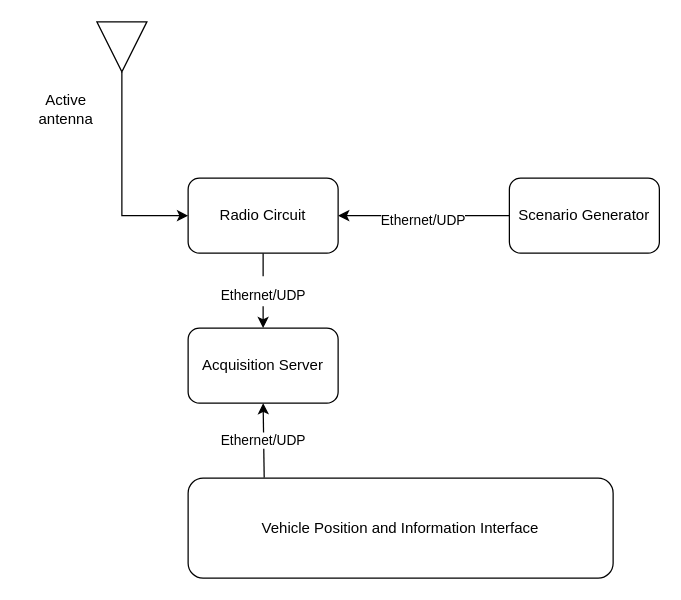
Earlier version of the draw.io diagram page "Blockdiagram" (1 of 4) of GNSS Datalogger Blockdiagram.drawio (torejohansson97/tightly-coupled-gnss-data-logger). Source tidied: cells renumbered, new cells numbered last; positions are measured from the earlier drawing's top-left corner, leaving out a move shared by most shapes. Both pictures are drawn from the tidied source at 125%, with x=0, y=0 at pixel (21, 21).
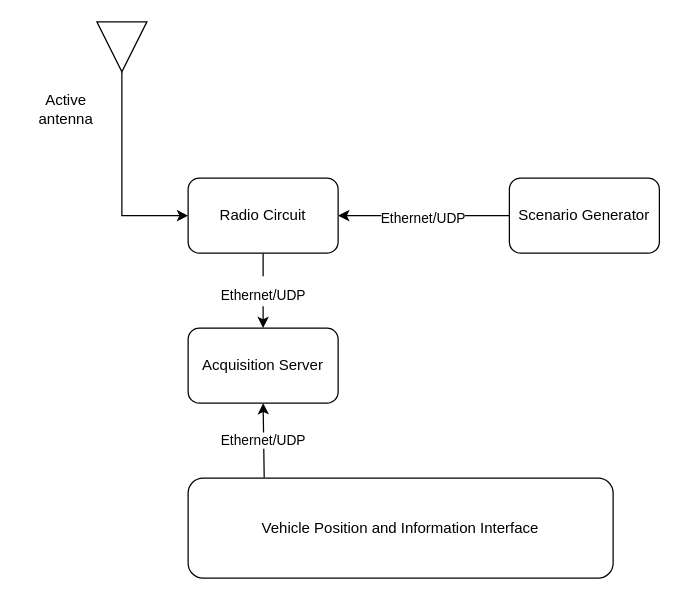
The same page after the edit.

The edit, as a diff of the source:
```diff
@@
 <mxGraphModel>
   <root>
     <mxCell id="0" />
     <mxCell id="1" parent="0" />
     <mxCell id="2" value="Vehicle Position and Information Interface " style="rounded=1;whiteSpace=wrap;html=1;" parent="1" vertex="1">
       <mxGeometry x="133" y="365" width="340" height="80" as="geometry" />
     </mxCell>
     <mxCell id="3" value="Acquisition Server" style="rounded=1;whiteSpace=wrap;html=1;" parent="1" vertex="1">
       <mxGeometry x="133" y="245" width="120" height="60" as="geometry" />
     </mxCell>
-    <mxCell id="4" value="&lt;font style=&quot;font-size: 11px;&quot;&gt;Ethernet/UDP&lt;/font&gt;" style="edgeStyle=orthogonalEdgeStyle;rounded=0;jettySize=auto;html=1;entryX=1;entryY=0.5;entryDx=0;entryDy=0;fontSize=20;" parent="1" edge="1" source="5" target="8">
+    <mxCell id="4" value="&lt;font style=&quot;font-size: 11px;&quot;&gt;Ethernet/UDP&lt;/font&gt;" style="edgeStyle=orthogonalEdgeStyle;rounded=0;jettySize=auto;html=1;entryX=1;entryY=0.5;entryDx=0;entryDy=0;fontSize=15;" parent="1" edge="1" source="5" target="8">
       <mxGeometry relative="1" as="geometry" />
     </mxCell>
     <mxCell id="5" value="Scenario Generator" style="rounded=1;whiteSpace=wrap;html=1;" parent="1" vertex="1">
       <mxGeometry x="390" y="125" width="120" height="60" as="geometry" />
     </mxCell>
     <mxCell id="6" value="Ethernet/UDP" style="endArrow=classic;html=1;rounded=0;entryX=0.5;entryY=1;entryDx=0;entryDy=0;exitX=0.179;exitY=-0.005;exitDx=0;exitDy=0;exitPerimeter=0;" parent="1" edge="1" source="2" target="3">
       <mxGeometry relative="1" as="geometry" />
     </mxCell>
     <mxCell id="7" value="&lt;font style=&quot;font-size: 11px;&quot;&gt;Ethernet/UDP&lt;/font&gt;" style="edgeStyle=orthogonalEdgeStyle;rounded=0;jettySize=auto;html=1;entryX=0.5;entryY=0;entryDx=0;entryDy=0;fontSize=20;" parent="1" edge="1" source="8" target="3">
       <mxGeometry relative="1" as="geometry" />
     </mxCell>
     <mxCell id="8" value="Radio Circuit" style="rounded=1;whiteSpace=wrap;html=1;" parent="1" vertex="1">
       <mxGeometry x="133" y="125" width="120" height="60" as="geometry" />
     </mxCell>
     <mxCell id="9" style="edgeStyle=orthogonalEdgeStyle;rounded=0;jettySize=auto;html=1;exitX=1;exitY=0.5;exitDx=0;exitDy=0;entryX=0;entryY=0.5;entryDx=0;entryDy=0;startArrow=none;startFill=0;" parent="1" edge="1" source="10" target="8">
       <mxGeometry relative="1" as="geometry">
         <Array as="points">
           <mxPoint x="80" y="40" />
           <mxPoint x="80" y="155" />
         </Array>
       </mxGeometry>
     </mxCell>
     <mxCell id="10" style="triangle;whiteSpace=wrap;html=1;rotation=90;" parent="1" vertex="1">
       <mxGeometry x="60" width="40" height="40" as="geometry" />
     </mxCell>
     <mxCell id="11" value="Active &lt;br&gt;antenna" style="text;html=1;align=center;verticalAlign=middle;strokeColor=none;fillColor=none;" parent="1" vertex="1">
       <mxGeometry y="50" width="70" height="40" as="geometry" />
     </mxCell>
   </root>
 </mxGraphModel>
```
